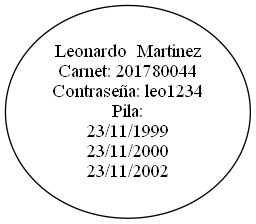
The Graphviz diagram list.png in akamariano/EDD_1S2023_PY_202101149, before a commit. Its source is kept beside it as list.dot. Source of this version:
```dot
digraph G {
node201780044[label="Leonardo  Martinez
Carnet: 201780044
Contraseña: leo1234
Pila:
23/11/1999
23/11/2000
23/11/2002"]

}
```
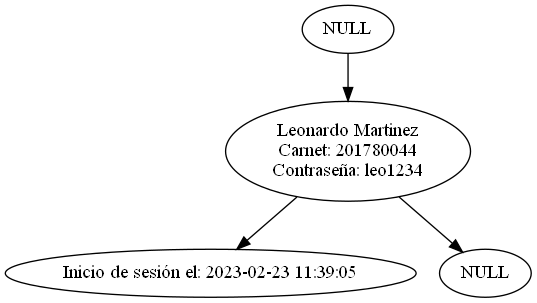
After the commit.

The edit, as a diff of the source:
```diff
@@ -1,10 +1,11 @@
 digraph G {
-node201780044[label="Leonardo  Martinez
+null[label="NULL"]
+node201780044[label="Leonardo Martinez
 Carnet: 201780044
-Contraseña: leo1234
-Pila:
-23/11/1999
-23/11/2000
-23/11/2002"]
-
+Contraseña: leo1234"]
+stack201780044[label="Inicio de sesión el: 2023-02-23 11:39:05"]
+null2[label="NULL"]
+node201780044 -> stack201780044
+null -> node201780044
+node201780044 -> null2
 }
```
